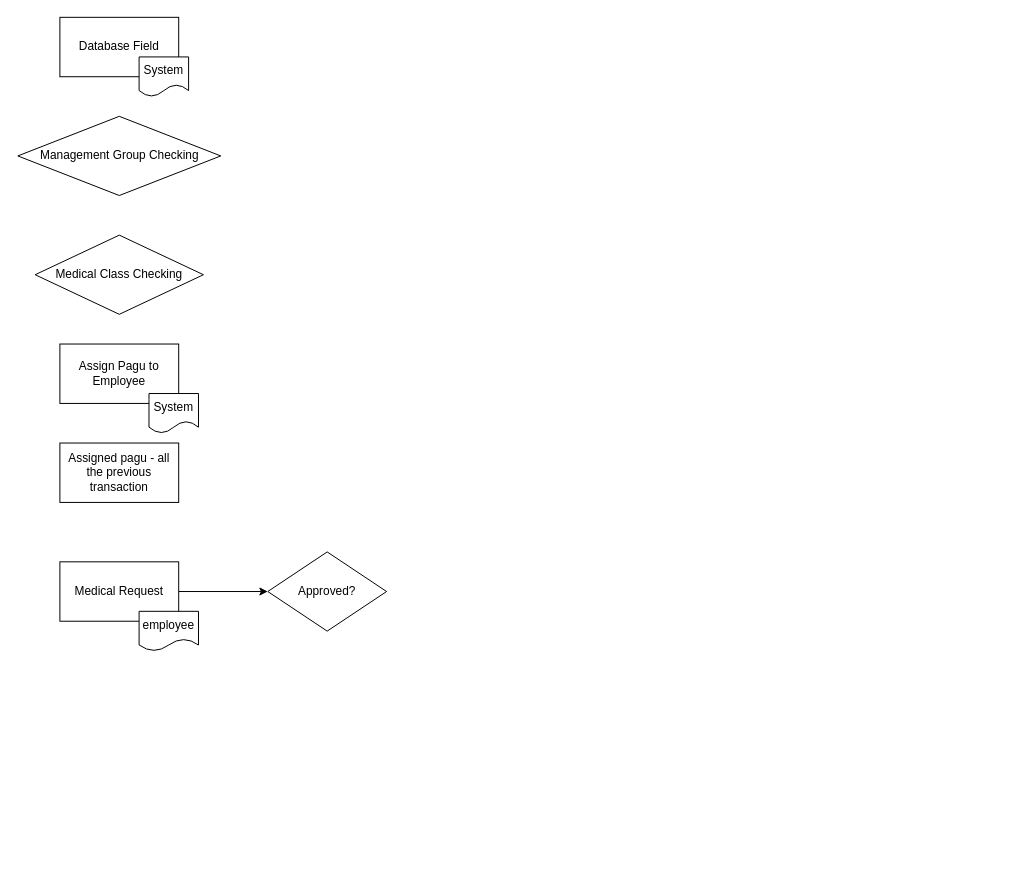
Before: flow.drawio in jezreelkosasih/diagram, a draw.io diagram. Source tidied: cells renumbered, new cells numbered last; positions are measured from the earlier drawing's top-left corner, leaving out a move shared by most shapes. Both pictures are drawn from the tidied source at 99%, with x=0, y=0 at pixel (18, 17).
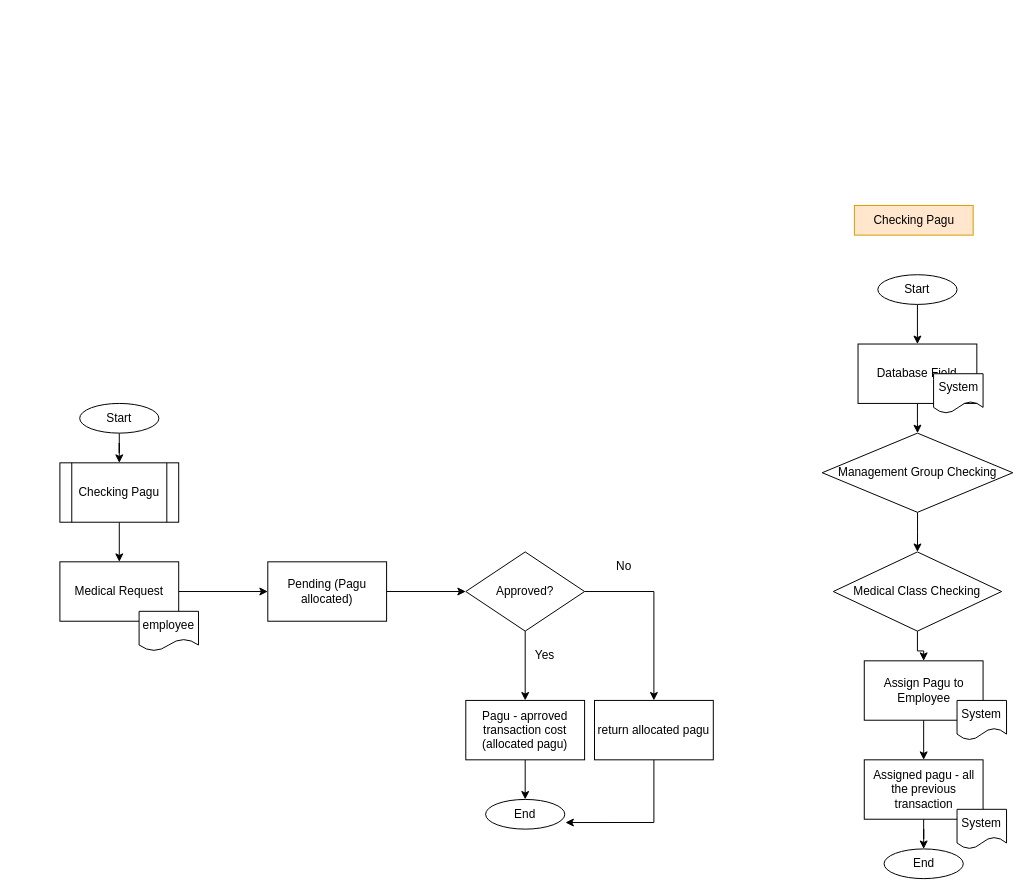
After the change.

Unchanged cells that the change refers to:
```xml
<mxCell id="3" value="Medical Request" style="rounded=0;whiteSpace=wrap;html=1;" parent="1" vertex="1">
  <mxGeometry x="42" y="550" width="120" height="60" as="geometry" />
</mxCell>
```

Change to the diagram source:
```diff
@@
-    <mxCell id="2" style="edgeStyle=orthogonalEdgeStyle;rounded=0;jettySize=auto;html=1;" parent="1" edge="1" source="3" target="5">
-      <mxGeometry relative="1" as="geometry" />
-    </mxCell>
+    <mxCell id="13" style="edgeStyle=orthogonalEdgeStyle;rounded=0;jettySize=auto;html=1;entryX=0;entryY=0.5;entryDx=0;entryDy=0;" parent="1" edge="1" source="3" target="33">
+      <mxGeometry relative="1" as="geometry" />
+    </mxCell>
@@
+    <mxCell id="14" style="edgeStyle=orthogonalEdgeStyle;rounded=0;jettySize=auto;html=1;entryX=0.5;entryY=0;entryDx=0;entryDy=0;" parent="1" edge="1" source="5" target="31">
+      <mxGeometry relative="1" as="geometry" />
+    </mxCell>
+    <mxCell id="15" style="edgeStyle=orthogonalEdgeStyle;rounded=0;jettySize=auto;html=1;entryX=0.5;entryY=0;entryDx=0;entryDy=0;" parent="1" edge="1" source="5" target="38">
+      <mxGeometry relative="1" as="geometry" />
+    </mxCell>
     <mxCell id="5" value="Approved?" style="rhombus;whiteSpace=wrap;html=1;rounded=0;" parent="1" vertex="1">
-      <mxGeometry x="252" y="540" width="120" height="80" as="geometry" />
+      <mxGeometry x="452" y="540" width="120" height="80" as="geometry" />
     </mxCell>
+    <mxCell id="16" style="edgeStyle=orthogonalEdgeStyle;rounded=0;jettySize=auto;html=1;" parent="1" edge="1" source="6" target="24">
+      <mxGeometry relative="1" as="geometry" />
+    </mxCell>
     <mxCell id="6" value="Assigned pagu - all the previous transaction" style="rounded=0;whiteSpace=wrap;html=1;" parent="1" vertex="1">
-      <mxGeometry x="42" y="430" width="120" height="60" as="geometry" />
+      <mxGeometry x="854.5" y="750" width="120" height="60" as="geometry" />
     </mxCell>
+    <mxCell id="17" style="edgeStyle=orthogonalEdgeStyle;rounded=0;jettySize=auto;html=1;entryX=0.5;entryY=0;entryDx=0;entryDy=0;" parent="1" edge="1" source="7" target="6">
+      <mxGeometry relative="1" as="geometry" />
+    </mxCell>
     <mxCell id="7" value="Assign Pagu to Employee" style="rounded=0;whiteSpace=wrap;html=1;" parent="1" vertex="1">
-      <mxGeometry x="42" y="330" width="120" height="60" as="geometry" />
+      <mxGeometry x="854.5" y="650" width="120" height="60" as="geometry" />
     </mxCell>
+    <mxCell id="18" style="edgeStyle=orthogonalEdgeStyle;rounded=0;jettySize=auto;html=1;" parent="1" edge="1" source="8" target="7">
+      <mxGeometry relative="1" as="geometry" />
+    </mxCell>
     <mxCell id="8" value="Medical Class Checking" style="rhombus;whiteSpace=wrap;html=1;" parent="1" vertex="1">
-      <mxGeometry x="17" y="220" width="170" height="80" as="geometry" />
+      <mxGeometry x="823.2" y="540" width="170" height="80" as="geometry" />
     </mxCell>
+    <mxCell id="19" style="edgeStyle=orthogonalEdgeStyle;rounded=0;jettySize=auto;html=1;" parent="1" edge="1" source="9" target="8">
+      <mxGeometry relative="1" as="geometry" />
+    </mxCell>
     <mxCell id="9" value="Management Group Checking" style="rhombus;whiteSpace=wrap;html=1;" parent="1" vertex="1">
-      <mxGeometry x="-0.5" y="100" width="205" height="80" as="geometry" />
+      <mxGeometry x="812" y="420" width="192.5" height="80" as="geometry" />
     </mxCell>
+    <mxCell id="20" style="edgeStyle=orthogonalEdgeStyle;rounded=0;jettySize=auto;html=1;" parent="1" edge="1" source="10" target="9">
+      <mxGeometry relative="1" as="geometry" />
+    </mxCell>
     <mxCell id="10" value="Database Field" style="rounded=0;whiteSpace=wrap;html=1;" parent="1" vertex="1">
-      <mxGeometry x="42" width="120" height="60" as="geometry" />
+      <mxGeometry x="848.2" y="330" width="120" height="60" as="geometry" />
     </mxCell>
     <mxCell id="11" value="System" style="shape=document;whiteSpace=wrap;html=1;boundedLbl=1;" parent="1" vertex="1">
-      <mxGeometry x="132" y="380" width="50" height="40" as="geometry" />
+      <mxGeometry x="948.2" y="800" width="50" height="40" as="geometry" />
     </mxCell>
     <mxCell id="12" value="System" style="shape=document;whiteSpace=wrap;html=1;boundedLbl=1;" parent="1" vertex="1">
-      <mxGeometry x="122" y="40" width="50" height="40" as="geometry" />
+      <mxGeometry x="924.5" y="360" width="50" height="40" as="geometry" />
     </mxCell>
+    <mxCell id="21" value="Checking Pagu" style="text;html=1;strokeColor=#d79b00;fillColor=#ffe6cc;align=center;verticalAlign=middle;whiteSpace=wrap;rounded=0;" parent="1" vertex="1">
+      <mxGeometry x="844.5" y="190" width="120" height="30" as="geometry" />
+    </mxCell>
+    <mxCell id="22" style="edgeStyle=orthogonalEdgeStyle;rounded=0;jettySize=auto;html=1;" parent="1" edge="1" source="23" target="10">
+      <mxGeometry relative="1" as="geometry" />
+    </mxCell>
+    <mxCell id="23" value="Start" style="ellipse;whiteSpace=wrap;html=1;" parent="1" vertex="1">
+      <mxGeometry x="868.2" y="260" width="80" height="30" as="geometry" />
+    </mxCell>
+    <mxCell id="24" value="End" style="ellipse;whiteSpace=wrap;html=1;" parent="1" vertex="1">
+      <mxGeometry x="874.5" y="840" width="80" height="30" as="geometry" />
+    </mxCell>
+    <mxCell id="25" value="System" style="shape=document;whiteSpace=wrap;html=1;boundedLbl=1;" parent="1" vertex="1">
+      <mxGeometry x="948.2" y="690" width="50" height="40" as="geometry" />
+    </mxCell>
+    <mxCell id="26" style="edgeStyle=orthogonalEdgeStyle;rounded=0;jettySize=auto;html=1;entryX=0.5;entryY=0;entryDx=0;entryDy=0;" parent="1" edge="1" source="27" target="3">
+      <mxGeometry relative="1" as="geometry" />
+    </mxCell>
+    <mxCell id="27" value="Checking Pagu" style="shape=process;whiteSpace=wrap;html=1;backgroundOutline=1;" parent="1" vertex="1">
+      <mxGeometry x="42" y="450" width="120" height="60" as="geometry" />
+    </mxCell>
+    <mxCell id="28" style="edgeStyle=orthogonalEdgeStyle;rounded=0;jettySize=auto;html=1;entryX=0.5;entryY=0;entryDx=0;entryDy=0;" parent="1" edge="1" source="29" target="27">
+      <mxGeometry relative="1" as="geometry" />
+    </mxCell>
+    <mxCell id="29" value="Start" style="ellipse;whiteSpace=wrap;html=1;" parent="1" vertex="1">
+      <mxGeometry x="62" y="390" width="80" height="30" as="geometry" />
+    </mxCell>
+    <mxCell id="30" style="edgeStyle=orthogonalEdgeStyle;rounded=0;jettySize=auto;html=1;" parent="1" edge="1" source="31" target="34">
+      <mxGeometry relative="1" as="geometry" />
+    </mxCell>
+    <mxCell id="31" value="Pagu - aprroved transaction cost (allocated pagu)" style="whiteSpace=wrap;html=1;rounded=0;" parent="1" vertex="1">
+      <mxGeometry x="452" y="690" width="120" height="60" as="geometry" />
+    </mxCell>
+    <mxCell id="32" style="edgeStyle=orthogonalEdgeStyle;rounded=0;jettySize=auto;html=1;entryX=0;entryY=0.5;entryDx=0;entryDy=0;" parent="1" edge="1" source="33" target="5">
+      <mxGeometry relative="1" as="geometry" />
+    </mxCell>
+    <mxCell id="33" value="Pending (Pagu allocated)" style="rounded=0;whiteSpace=wrap;html=1;" parent="1" vertex="1">
+      <mxGeometry x="252" y="550" width="120" height="60" as="geometry" />
+    </mxCell>
+    <mxCell id="34" value="End" style="ellipse;whiteSpace=wrap;html=1;" parent="1" vertex="1">
+      <mxGeometry x="472" y="790" width="80" height="30" as="geometry" />
+    </mxCell>
+    <mxCell id="35" value="No" style="text;html=1;strokeColor=none;fillColor=none;align=center;verticalAlign=middle;whiteSpace=wrap;rounded=0;" parent="1" vertex="1">
+      <mxGeometry x="582" y="540" width="60" height="30" as="geometry" />
+    </mxCell>
+    <mxCell id="36" value="Yes" style="text;html=1;strokeColor=none;fillColor=none;align=center;verticalAlign=middle;whiteSpace=wrap;rounded=0;" parent="1" vertex="1">
+      <mxGeometry x="502" y="630" width="60" height="30" as="geometry" />
+    </mxCell>
+    <mxCell id="37" style="edgeStyle=orthogonalEdgeStyle;rounded=0;jettySize=auto;html=1;entryX=1.008;entryY=0.778;entryDx=0;entryDy=0;entryPerimeter=0;" parent="1" edge="1" source="38" target="34">
+      <mxGeometry relative="1" as="geometry">
+        <Array as="points">
+          <mxPoint x="642" y="813" />
+        </Array>
+      </mxGeometry>
+    </mxCell>
+    <mxCell id="38" value="return allocated pagu" style="whiteSpace=wrap;html=1;rounded=0;" parent="1" vertex="1">
+      <mxGeometry x="582" y="690" width="120" height="60" as="geometry" />
+    </mxCell>
```
